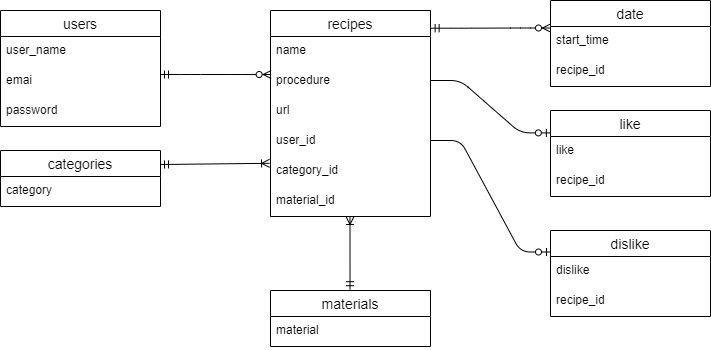
This is ER.drawio.png from akina0302/MyRecipe, a draw.io export, as it was before one commit. Source tidied: cells renumbered, new cells last; positions are measured from the earlier drawing's top-left corner, leaving out a move shared by most shapes.
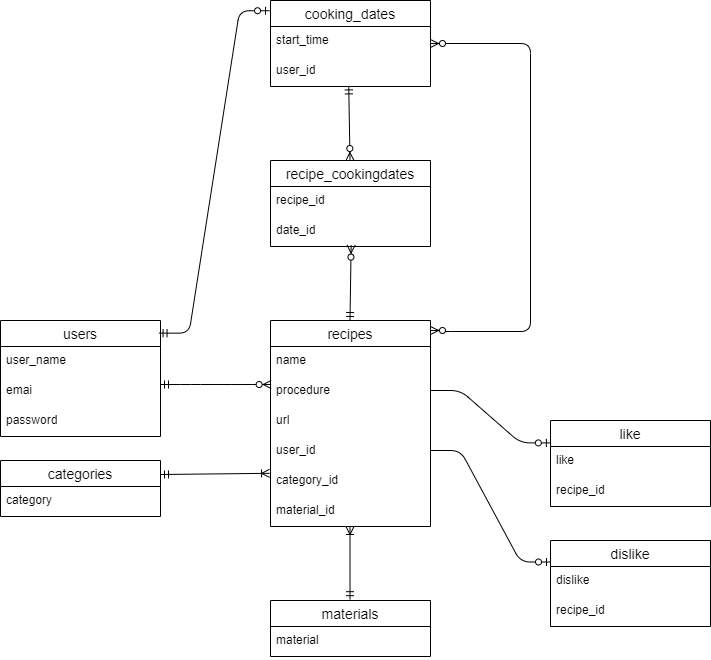
The same file after the commit.

What changed in the source:
```diff
@@ -52,15 +52,15 @@
     <mxCell id="15" value="category" style="text;strokeColor=none;fillColor=none;spacingLeft=4;spacingRight=4;overflow=hidden;fontSize=12;whiteSpace=wrap;html=1;" parent="14" vertex="1">
       <mxGeometry y="26" width="160" height="30" as="geometry" />
     </mxCell>
-    <mxCell id="16" value="date" style="swimlane;fontStyle=0;horizontal=1;startSize=26;align=center;fontSize=14;" parent="1" vertex="1">
-      <mxGeometry x="550" width="160" height="86" as="geometry" />
+    <mxCell id="16" value="cooking_dates" style="swimlane;fontStyle=0;horizontal=1;startSize=26;align=center;fontSize=14;" parent="1" vertex="1">
+      <mxGeometry x="270" y="-310" width="160" height="86" as="geometry" />
     </mxCell>
     <mxCell id="17" value="start_time" style="text;strokeColor=none;fillColor=none;spacingLeft=4;spacingRight=4;overflow=hidden;fontSize=12;whiteSpace=wrap;html=1;" parent="16" vertex="1">
       <mxGeometry y="26" width="160" height="30" as="geometry" />
     </mxCell>
-    <mxCell id="18" value="recipe_id" style="text;strokeColor=none;fillColor=none;spacingLeft=4;spacingRight=4;overflow=hidden;fontSize=12;whiteSpace=wrap;html=1;" parent="16" vertex="1">
-      <mxGeometry y="56" width="160" height="30" as="geometry" />
-    </mxCell>
+    <mxCell id="32" value="user_id" style="text;strokeColor=none;fillColor=none;spacingLeft=4;spacingRight=4;overflow=hidden;points=[[0,0.5],[1,0.5]];portConstraint=eastwest;fontSize=12;whiteSpace=wrap;html=1;" parent="16" vertex="1">
+      <mxGeometry y="56" width="160" height="30" as="geometry" />
+    </mxCell>
     <mxCell id="19" value="dislike" style="swimlane;fontStyle=0;horizontal=1;startSize=26;align=center;fontSize=14;" parent="1" vertex="1">
       <mxGeometry x="550" y="230" width="160" height="86" as="geometry" />
     </mxCell>
@@ -82,12 +82,6 @@
     <mxCell id="25" style="fontSize=12;html=1;endArrow=ERoneToMany;startArrow=ERmandOne;exitX=1;exitY=0.25;exitDx=0;exitDy=0;entryX=-0.006;entryY=0.227;entryDx=0;entryDy=0;entryPerimeter=0;" parent="1" edge="1" source="14" target="12">
       <mxGeometry relative="1" as="geometry" />
     </mxCell>
-    <mxCell id="26" style="edgeStyle=entityRelationEdgeStyle;fontSize=12;html=1;endArrow=ERzeroToMany;startArrow=ERmandOne;entryX=0;entryY=0.5;entryDx=0;entryDy=0;exitX=1.004;exitY=0.173;exitDx=0;exitDy=0;exitPerimeter=0;" parent="1" edge="1">
-      <mxGeometry relative="1" as="geometry">
-        <mxPoint x="430.6" y="27.7" as="sourcePoint" />
-        <mxPoint x="550" y="27.5" as="targetPoint" />
-      </mxGeometry>
-    </mxCell>
     <mxCell id="27" style="edgeStyle=entityRelationEdgeStyle;fontSize=12;html=1;endArrow=ERzeroToOne;endFill=1;entryX=-0.001;entryY=-0.12;entryDx=0;entryDy=0;entryPerimeter=0;" parent="1" edge="1" target="23">
       <mxGeometry relative="1" as="geometry">
         <mxPoint x="430" y="80" as="sourcePoint" />
@@ -110,5 +104,42 @@
         <mxPoint x="349.5" y="216" as="targetPoint" />
       </mxGeometry>
     </mxCell>
+    <mxCell id="33" style="fontSize=12;html=1;endArrow=ERzeroToOne;startArrow=ERmandOne;edgeStyle=entityRelationEdgeStyle;entryX=-0.006;entryY=0.119;entryDx=0;entryDy=0;entryPerimeter=0;elbow=vertical;exitX=0.991;exitY=0.109;exitDx=0;exitDy=0;exitPerimeter=0;" parent="1" edge="1" source="2" target="16">
+      <mxGeometry relative="1" as="geometry">
+        <Array as="points">
+          <mxPoint x="250" y="-130" />
+        </Array>
+      </mxGeometry>
+    </mxCell>
+    <mxCell id="34" value="recipe_cookingdates" style="swimlane;fontStyle=0;horizontal=1;startSize=26;align=center;fontSize=14;" parent="1" vertex="1">
+      <mxGeometry x="270" y="-150" width="160" height="86" as="geometry" />
+    </mxCell>
+    <mxCell id="18" value="recipe_id" style="text;strokeColor=none;fillColor=none;spacingLeft=4;spacingRight=4;overflow=hidden;fontSize=12;whiteSpace=wrap;html=1;" parent="34" vertex="1">
+      <mxGeometry y="26" width="160" height="30" as="geometry" />
+    </mxCell>
+    <mxCell id="35" value="date_id" style="text;strokeColor=none;fillColor=none;spacingLeft=4;spacingRight=4;overflow=hidden;points=[[0,0.5],[1,0.5]];portConstraint=eastwest;fontSize=12;whiteSpace=wrap;html=1;" parent="34" vertex="1">
+      <mxGeometry y="56" width="160" height="30" as="geometry" />
+    </mxCell>
+    <mxCell id="36" style="fontSize=12;html=1;endArrow=ERzeroToMany;startArrow=ERmandOne;entryX=0.504;entryY=0.953;entryDx=0;entryDy=0;entryPerimeter=0;" parent="1" edge="1" target="35">
+      <mxGeometry relative="1" as="geometry">
+        <mxPoint x="349.5" y="10" as="sourcePoint" />
+      </mxGeometry>
+    </mxCell>
+    <mxCell id="37" style="fontSize=12;html=1;endArrow=ERzeroToMany;startArrow=ERmandOne;exitX=0.489;exitY=0.98;exitDx=0;exitDy=0;exitPerimeter=0;" parent="1" edge="1" source="32">
+      <mxGeometry relative="1" as="geometry">
+        <mxPoint x="349.5" y="-150" as="targetPoint" />
+      </mxGeometry>
+    </mxCell>
+    <mxCell id="38" style="edgeStyle=orthogonalEdgeStyle;fontSize=12;html=1;endArrow=ERzeroToMany;endFill=1;startArrow=ERzeroToMany;" parent="1" edge="1" target="16">
+      <mxGeometry relative="1" as="geometry">
+        <mxPoint x="430" y="20" as="sourcePoint" />
+        <Array as="points">
+          <mxPoint x="441" y="20" />
+          <mxPoint x="441" y="21" />
+          <mxPoint x="530" y="21" />
+          <mxPoint x="530" y="-267" />
+        </Array>
+      </mxGeometry>
+    </mxCell>
   </root>
 </mxGraphModel>
```
